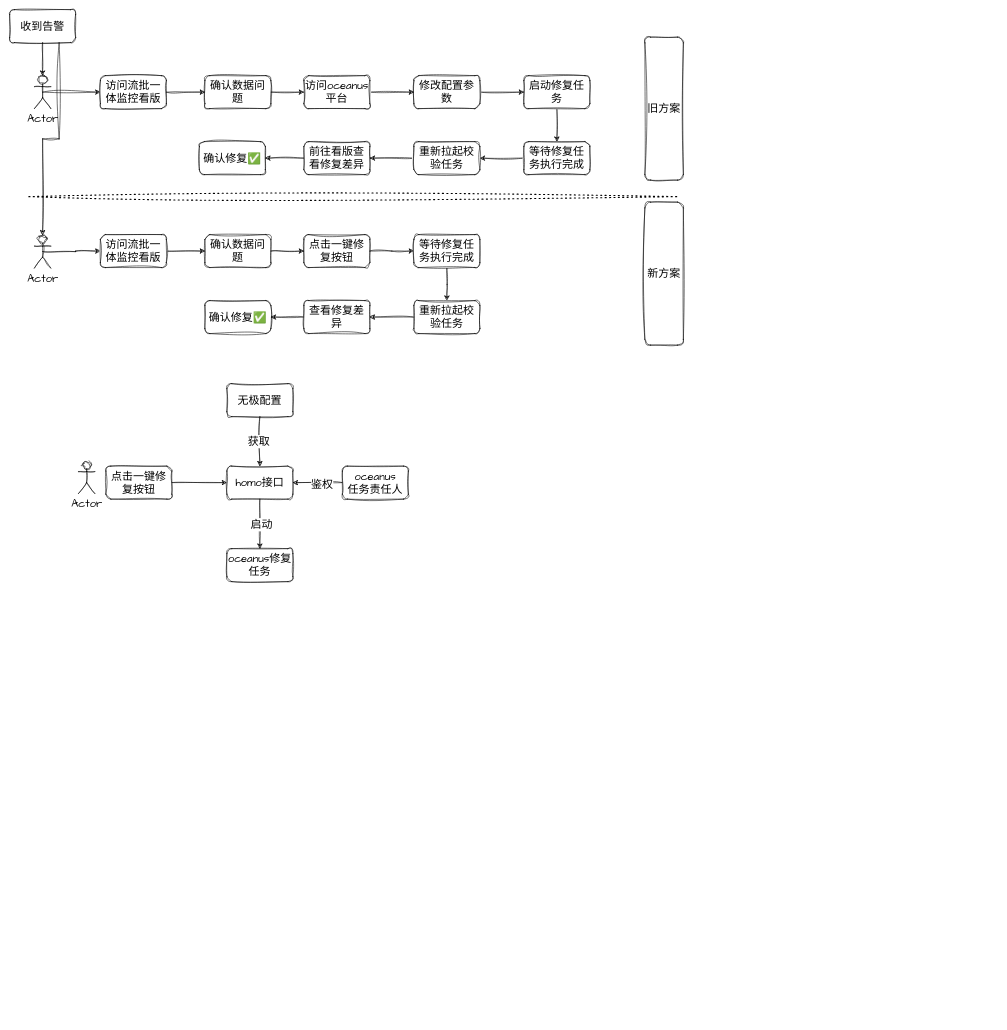
Above: 一键数据修复.drawio in Arthur-Lanc/drawio (draw.io), before the change. Source tidied: cells renumbered, new cells numbered last; positions are measured from the earlier drawing's top-left corner, leaving out a move shared by most shapes. Both pictures are drawn from the tidied source at 55%, with x=0, y=0 at pixel (9, 9).
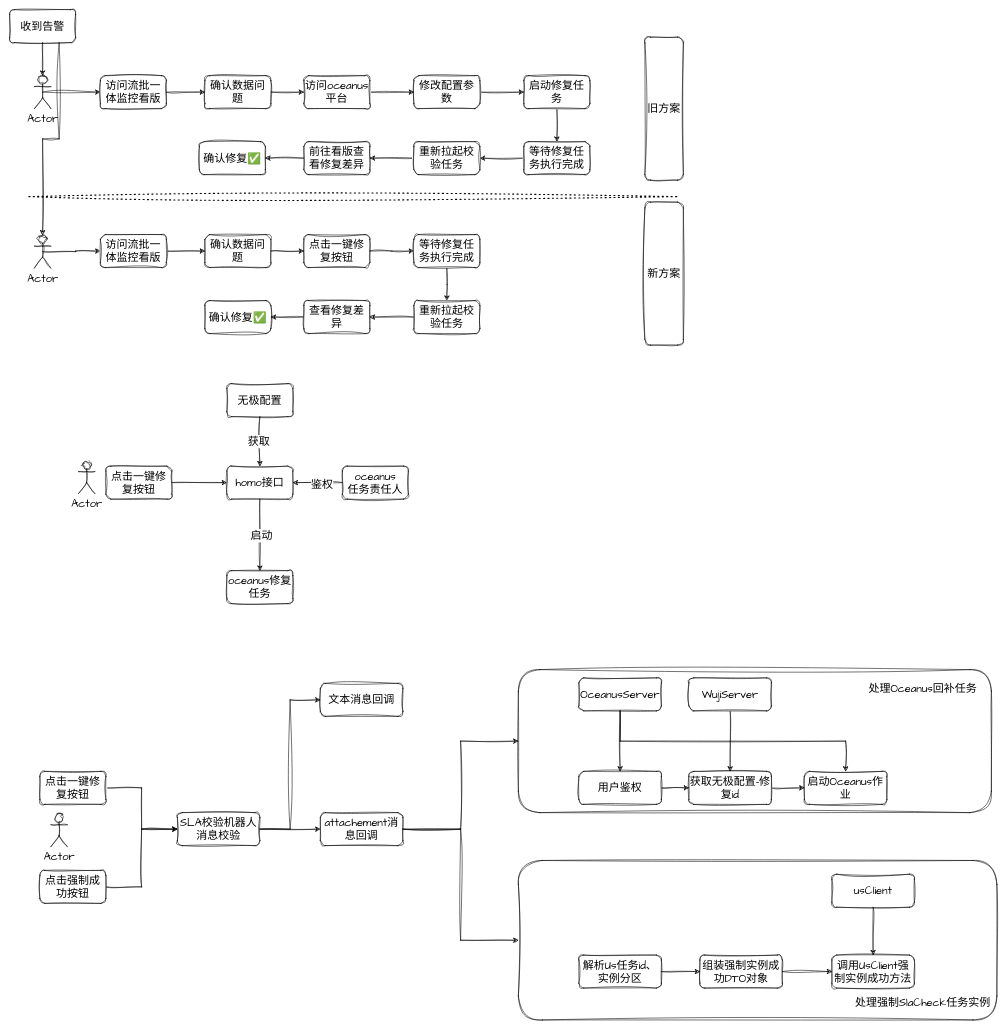
Above is the later version.

Commit message:
更新一键数据修复.drawio

The edit, as a diff of the source:
```diff
@@
     <mxCell id="46" value="oceanus修复任务" style="rounded=1;whiteSpace=wrap;html=1;sketch=1;hachureGap=4;jiggle=2;curveFitting=1;fontFamily=Architects Daughter;fontSize=20;" parent="1" vertex="1">
-      <mxGeometry x="395" y="980" width="120" height="60" as="geometry" />
+      <mxGeometry x="395" y="1020" width="120" height="60" as="geometry" />
     </mxCell>
@@
+    <mxCell id="55" style="edgeStyle=orthogonalEdgeStyle;rounded=0;sketch=1;hachureGap=4;jiggle=2;curveFitting=1;jettySize=auto;html=1;exitX=1;exitY=0.5;exitDx=0;exitDy=0;entryX=0;entryY=0.5;entryDx=0;entryDy=0;fontFamily=Architects Daughter;fontSize=16;" parent="1" edge="1" source="56" target="62">
+      <mxGeometry relative="1" as="geometry" />
+    </mxCell>
+    <mxCell id="56" value="点击一键修复按钮" style="rounded=1;whiteSpace=wrap;html=1;sketch=1;hachureGap=4;jiggle=2;curveFitting=1;fontFamily=Architects Daughter;fontSize=20;" parent="1" vertex="1">
+      <mxGeometry x="55" y="1385" width="120" height="60" as="geometry" />
+    </mxCell>
+    <mxCell id="57" value="Actor" style="shape=umlActor;verticalLabelPosition=bottom;verticalAlign=top;html=1;sketch=1;hachureGap=4;jiggle=2;curveFitting=1;fontFamily=Architects Daughter;fontSize=20;" parent="1" vertex="1">
+      <mxGeometry x="75" y="1462" width="30" height="60" as="geometry" />
+    </mxCell>
+    <mxCell id="58" style="edgeStyle=orthogonalEdgeStyle;rounded=0;sketch=1;hachureGap=4;jiggle=2;curveFitting=1;jettySize=auto;html=1;exitX=1;exitY=0.5;exitDx=0;exitDy=0;entryX=0;entryY=0.5;entryDx=0;entryDy=0;fontFamily=Architects Daughter;fontSize=16;" parent="1" edge="1" source="59" target="62">
+      <mxGeometry relative="1" as="geometry" />
+    </mxCell>
+    <mxCell id="59" value="点击强制成功按钮" style="rounded=1;whiteSpace=wrap;html=1;sketch=1;hachureGap=4;jiggle=2;curveFitting=1;fontFamily=Architects Daughter;fontSize=20;" parent="1" vertex="1">
+      <mxGeometry x="55" y="1565" width="120" height="60" as="geometry" />
+    </mxCell>
+    <mxCell id="60" style="edgeStyle=orthogonalEdgeStyle;rounded=0;sketch=1;hachureGap=4;jiggle=2;curveFitting=1;jettySize=auto;html=1;exitX=1;exitY=0.5;exitDx=0;exitDy=0;entryX=0;entryY=0.5;entryDx=0;entryDy=0;fontFamily=Architects Daughter;fontSize=16;" parent="1" edge="1" source="62" target="65">
+      <mxGeometry relative="1" as="geometry" />
+    </mxCell>
+    <mxCell id="61" style="edgeStyle=orthogonalEdgeStyle;rounded=0;sketch=1;hachureGap=4;jiggle=2;curveFitting=1;jettySize=auto;html=1;exitX=1;exitY=0.5;exitDx=0;exitDy=0;entryX=0;entryY=0.5;entryDx=0;entryDy=0;fontFamily=Architects Daughter;fontSize=16;" parent="1" edge="1" source="62" target="87">
+      <mxGeometry relative="1" as="geometry" />
+    </mxCell>
+    <mxCell id="62" value="SLA校验机器人消息校验" style="rounded=1;whiteSpace=wrap;html=1;sketch=1;hachureGap=4;jiggle=2;curveFitting=1;fontFamily=Architects Daughter;fontSize=20;" parent="1" vertex="1">
+      <mxGeometry x="305" y="1460" width="150" height="60" as="geometry" />
+    </mxCell>
+    <mxCell id="63" style="edgeStyle=orthogonalEdgeStyle;rounded=0;sketch=1;hachureGap=4;jiggle=2;curveFitting=1;jettySize=auto;html=1;fontFamily=Architects Daughter;fontSize=16;" parent="1" edge="1" source="65" target="66">
+      <mxGeometry relative="1" as="geometry" />
+    </mxCell>
+    <mxCell id="64" style="edgeStyle=orthogonalEdgeStyle;rounded=0;sketch=1;hachureGap=4;jiggle=2;curveFitting=1;jettySize=auto;html=1;exitX=1;exitY=0.5;exitDx=0;exitDy=0;entryX=0;entryY=0.5;entryDx=0;entryDy=0;fontFamily=Architects Daughter;fontSize=16;" parent="1" edge="1" source="65" target="67">
+      <mxGeometry relative="1" as="geometry" />
+    </mxCell>
+    <mxCell id="65" value="attachement消息回调" style="rounded=1;whiteSpace=wrap;html=1;sketch=1;hachureGap=4;jiggle=2;curveFitting=1;fontFamily=Architects Daughter;fontSize=20;" parent="1" vertex="1">
+      <mxGeometry x="565" y="1460" width="150" height="60" as="geometry" />
+    </mxCell>
+    <mxCell id="66" style="rounded=1;whiteSpace=wrap;html=1;sketch=1;hachureGap=4;jiggle=2;curveFitting=1;fontFamily=Architects Daughter;fontSize=20;" parent="1" vertex="1">
+      <mxGeometry x="925" y="1200" width="860" height="260" as="geometry" />
+    </mxCell>
+    <mxCell id="67" style="rounded=1;whiteSpace=wrap;html=1;sketch=1;hachureGap=4;jiggle=2;curveFitting=1;fontFamily=Architects Daughter;fontSize=20;" parent="1" vertex="1">
+      <mxGeometry x="925" y="1547" width="870" height="290" as="geometry" />
+    </mxCell>
+    <mxCell id="68" style="edgeStyle=orthogonalEdgeStyle;rounded=0;sketch=1;hachureGap=4;jiggle=2;curveFitting=1;jettySize=auto;html=1;exitX=1;exitY=0.5;exitDx=0;exitDy=0;entryX=0;entryY=0.5;entryDx=0;entryDy=0;fontFamily=Architects Daughter;fontSize=16;" parent="1" edge="1" source="69" target="71">
+      <mxGeometry relative="1" as="geometry" />
+    </mxCell>
+    <mxCell id="69" value="用户鉴权" style="rounded=1;whiteSpace=wrap;html=1;sketch=1;hachureGap=4;jiggle=2;curveFitting=1;fontFamily=Architects Daughter;fontSize=20;" parent="1" vertex="1">
+      <mxGeometry x="1035" y="1385" width="150" height="60" as="geometry" />
+    </mxCell>
+    <mxCell id="70" style="edgeStyle=orthogonalEdgeStyle;rounded=0;sketch=1;hachureGap=4;jiggle=2;curveFitting=1;jettySize=auto;html=1;exitX=1;exitY=0.5;exitDx=0;exitDy=0;entryX=0;entryY=0.5;entryDx=0;entryDy=0;fontFamily=Architects Daughter;fontSize=16;" parent="1" edge="1" source="71" target="72">
+      <mxGeometry relative="1" as="geometry" />
+    </mxCell>
+    <mxCell id="71" value="获取无极配置-修复id" style="rounded=1;whiteSpace=wrap;html=1;sketch=1;hachureGap=4;jiggle=2;curveFitting=1;fontFamily=Architects Daughter;fontSize=20;" parent="1" vertex="1">
+      <mxGeometry x="1235" y="1385" width="150" height="60" as="geometry" />
+    </mxCell>
+    <mxCell id="72" value="启动Oceanus作业" style="rounded=1;whiteSpace=wrap;html=1;sketch=1;hachureGap=4;jiggle=2;curveFitting=1;fontFamily=Architects Daughter;fontSize=20;" parent="1" vertex="1">
+      <mxGeometry x="1445" y="1385" width="150" height="60" as="geometry" />
+    </mxCell>
+    <mxCell id="73" style="edgeStyle=orthogonalEdgeStyle;rounded=0;sketch=1;hachureGap=4;jiggle=2;curveFitting=1;jettySize=auto;html=1;fontFamily=Architects Daughter;fontSize=16;" parent="1" edge="1" source="75" target="69">
+      <mxGeometry relative="1" as="geometry" />
+    </mxCell>
+    <mxCell id="74" style="edgeStyle=orthogonalEdgeStyle;rounded=0;sketch=1;hachureGap=4;jiggle=2;curveFitting=1;jettySize=auto;html=1;exitX=0.5;exitY=1;exitDx=0;exitDy=0;entryX=0.5;entryY=0;entryDx=0;entryDy=0;fontFamily=Architects Daughter;fontSize=16;" parent="1" edge="1" source="75" target="72">
+      <mxGeometry relative="1" as="geometry" />
+    </mxCell>
+    <mxCell id="75" value="OceanusServer" style="rounded=1;whiteSpace=wrap;html=1;sketch=1;hachureGap=4;jiggle=2;curveFitting=1;fontFamily=Architects Daughter;fontSize=20;" parent="1" vertex="1">
+      <mxGeometry x="1035" y="1215" width="150" height="60" as="geometry" />
+    </mxCell>
+    <mxCell id="76" style="edgeStyle=orthogonalEdgeStyle;rounded=0;sketch=1;hachureGap=4;jiggle=2;curveFitting=1;jettySize=auto;html=1;fontFamily=Architects Daughter;fontSize=16;" parent="1" edge="1" source="77" target="71">
+      <mxGeometry relative="1" as="geometry" />
+    </mxCell>
+    <mxCell id="77" value="WujiServer" style="rounded=1;whiteSpace=wrap;html=1;sketch=1;hachureGap=4;jiggle=2;curveFitting=1;fontFamily=Architects Daughter;fontSize=20;" parent="1" vertex="1">
+      <mxGeometry x="1235" y="1215" width="150" height="60" as="geometry" />
+    </mxCell>
+    <mxCell id="78" style="edgeStyle=orthogonalEdgeStyle;rounded=0;sketch=1;hachureGap=4;jiggle=2;curveFitting=1;jettySize=auto;html=1;fontFamily=Architects Daughter;fontSize=16;" parent="1" edge="1" source="79" target="81">
+      <mxGeometry relative="1" as="geometry" />
+    </mxCell>
+    <mxCell id="79" value="解析Us任务id、实例分区" style="rounded=1;whiteSpace=wrap;html=1;sketch=1;hachureGap=4;jiggle=2;curveFitting=1;fontFamily=Architects Daughter;fontSize=20;" parent="1" vertex="1">
+      <mxGeometry x="1035" y="1719" width="150" height="60" as="geometry" />
+    </mxCell>
+    <mxCell id="80" style="edgeStyle=orthogonalEdgeStyle;rounded=0;sketch=1;hachureGap=4;jiggle=2;curveFitting=1;jettySize=auto;html=1;fontFamily=Architects Daughter;fontSize=16;" parent="1" edge="1" source="81" target="82">
+      <mxGeometry relative="1" as="geometry" />
+    </mxCell>
+    <mxCell id="81" value="组装强制实例成功DTO对象" style="rounded=1;whiteSpace=wrap;html=1;sketch=1;hachureGap=4;jiggle=2;curveFitting=1;fontFamily=Architects Daughter;fontSize=20;" parent="1" vertex="1">
+      <mxGeometry x="1255" y="1719" width="150" height="60" as="geometry" />
+    </mxCell>
+    <mxCell id="82" value="调用UsClient强制实例成功方法" style="rounded=1;whiteSpace=wrap;html=1;sketch=1;hachureGap=4;jiggle=2;curveFitting=1;fontFamily=Architects Daughter;fontSize=20;" parent="1" vertex="1">
+      <mxGeometry x="1495" y="1719" width="150" height="60" as="geometry" />
+    </mxCell>
+    <mxCell id="83" style="edgeStyle=orthogonalEdgeStyle;rounded=0;sketch=1;hachureGap=4;jiggle=2;curveFitting=1;jettySize=auto;html=1;fontFamily=Architects Daughter;fontSize=16;" parent="1" edge="1" source="84" target="82">
+      <mxGeometry relative="1" as="geometry" />
+    </mxCell>
+    <mxCell id="84" value="usClient" style="rounded=1;whiteSpace=wrap;html=1;sketch=1;hachureGap=4;jiggle=2;curveFitting=1;fontFamily=Architects Daughter;fontSize=20;" parent="1" vertex="1">
+      <mxGeometry x="1495" y="1572" width="150" height="60" as="geometry" />
+    </mxCell>
+    <mxCell id="85" value="处理Oceanus回补任务" style="text;html=1;align=center;verticalAlign=middle;strokeColor=none;fillColor=none;fontSize=20;fontFamily=Architects Daughter;" parent="1" vertex="1">
+      <mxGeometry x="1550" y="1215" width="220" height="40" as="geometry" />
+    </mxCell>
+    <mxCell id="86" value="处理强制SlaCheck任务实例" style="text;html=1;align=center;verticalAlign=middle;strokeColor=none;fillColor=none;fontSize=20;fontFamily=Architects Daughter;" parent="1" vertex="1">
+      <mxGeometry x="1525" y="1785" width="270" height="40" as="geometry" />
+    </mxCell>
+    <mxCell id="87" value="文本消息回调" style="rounded=1;whiteSpace=wrap;html=1;sketch=1;hachureGap=4;jiggle=2;curveFitting=1;fontFamily=Architects Daughter;fontSize=20;" parent="1" vertex="1">
+      <mxGeometry x="565" y="1225" width="150" height="60" as="geometry" />
+    </mxCell>
```
